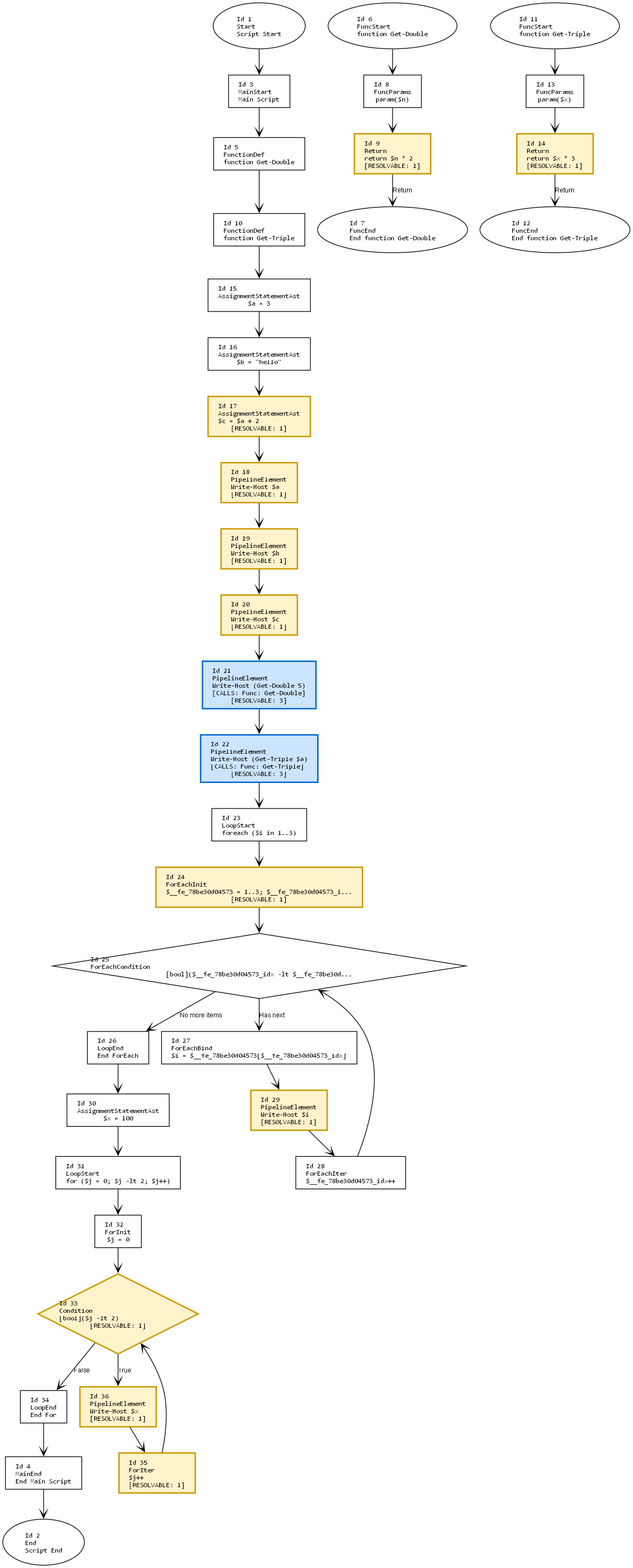
Above: in/in.png in mine41/deob (Graphviz), before the change. Its source is kept beside it as in/in.dot.
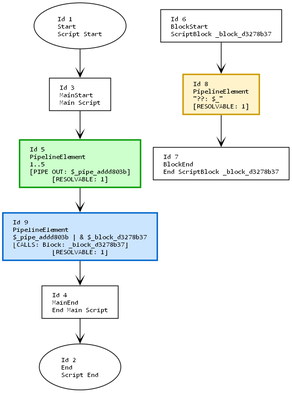
After the commit.

What changed in the source:
```diff
@@ -14,72 +14,17 @@
     2 [label="Id 2\lEnd\lScript End", shape=oval];
     3 [label="Id 3\lMainStart\lMain Script", shape=box];
     4 [label="Id 4\lMainEnd\lEnd Main Script", shape=box];
-    5 [label="Id 5\lFunctionDef\lfunction Get-Double", shape=box];
-    6 [label="Id 6\lFuncStart\lfunction Get-Double", shape=oval];
-    7 [label="Id 7\lFuncEnd\lEnd function Get-Double", shape=oval];
-    8 [label="Id 8\lFuncParams\lparam($n)", shape=box];
-    9 [label="Id 9\lReturn\lreturn $n * 2\l[RESOLVABLE: 1]", shape=box, style=filled, fillcolor="#fff3cc", color="#cc9900", penwidth=2];
-    10 [label="Id 10\lFunctionDef\lfunction Get-Triple", shape=box];
-    11 [label="Id 11\lFuncStart\lfunction Get-Triple", shape=oval];
-    12 [label="Id 12\lFuncEnd\lEnd function Get-Triple", shape=oval];
-    13 [label="Id 13\lFuncParams\lparam($x)", shape=box];
-    14 [label="Id 14\lReturn\lreturn $x * 3\l[RESOLVABLE: 1]", shape=box, style=filled, fillcolor="#fff3cc", color="#cc9900", penwidth=2];
-    15 [label="Id 15\lAssignmentStatementAst\l$a = 3", shape=box];
-    16 [label="Id 16\lAssignmentStatementAst\l$b = \"hello\"", shape=box];
-    17 [label="Id 17\lAssignmentStatementAst\l$c = $a + 2\l[RESOLVABLE: 1]", shape=box, style=filled, fillcolor="#fff3cc", color="#cc9900", penwidth=2];
-    18 [label="Id 18\lPipelineElement\lWrite-Host $a\l[RESOLVABLE: 1]", shape=box, style=filled, fillcolor="#fff3cc", color="#cc9900", penwidth=2];
-    19 [label="Id 19\lPipelineElement\lWrite-Host $b\l[RESOLVABLE: 1]", shape=box, style=filled, fillcolor="#fff3cc", color="#cc9900", penwidth=2];
-    20 [label="Id 20\lPipelineElement\lWrite-Host $c\l[RESOLVABLE: 1]", shape=box, style=filled, fillcolor="#fff3cc", color="#cc9900", penwidth=2];
-    21 [label="Id 21\lPipelineElement\lWrite-Host (Get-Double 5)\l[CALLS: Func: Get-Double]\l[RESOLVABLE: 3]", shape=box, style=filled, fillcolor="#cce5ff", color="#0066cc", penwidth=2];
-    22 [label="Id 22\lPipelineElement\lWrite-Host (Get-Triple $a)\l[CALLS: Func: Get-Triple]\l[RESOLVABLE: 3]", shape=box, style=filled, fillcolor="#cce5ff", color="#0066cc", penwidth=2];
-    23 [label="Id 23\lLoopStart\lforeach ($i in 1..3)", shape=box];
-    24 [label="Id 24\lForEachInit\l$__fe_78be30d04573 = 1..3; $__fe_78be30d04573_i...\l[RESOLVABLE: 1]", shape=box, style=filled, fillcolor="#fff3cc", color="#cc9900", penwidth=2];
-    25 [label="Id 25\lForEachCondition\l[bool]($__fe_78be30d04573_idx -lt $__fe_78be30d...", shape=diamond];
-    26 [label="Id 26\lLoopEnd\lEnd ForEach", shape=box];
-    27 [label="Id 27\lForEachBind\l$i = $__fe_78be30d04573[$__fe_78be30d04573_idx]", shape=box];
-    28 [label="Id 28\lForEachIter\l$__fe_78be30d04573_idx++", shape=box];
-    29 [label="Id 29\lPipelineElement\lWrite-Host $i\l[RESOLVABLE: 1]", shape=box, style=filled, fillcolor="#fff3cc", color="#cc9900", penwidth=2];
-    30 [label="Id 30\lAssignmentStatementAst\l$x = 100", shape=box];
-    31 [label="Id 31\lLoopStart\lfor ($j = 0; $j -lt 2; $j++)", shape=box];
-    32 [label="Id 32\lForInit\l$j = 0", shape=box];
-    33 [label="Id 33\lCondition\l[bool]($j -lt 2)\l[RESOLVABLE: 1]", shape=diamond, style=filled, fillcolor="#fff3cc", color="#cc9900", penwidth=2];
-    34 [label="Id 34\lLoopEnd\lEnd For", shape=box];
-    35 [label="Id 35\lForIter\l$j++\l[RESOLVABLE: 1]", shape=box, style=filled, fillcolor="#fff3cc", color="#cc9900", penwidth=2];
-    36 [label="Id 36\lPipelineElement\lWrite-Host $x\l[RESOLVABLE: 1]", shape=box, style=filled, fillcolor="#fff3cc", color="#cc9900", penwidth=2];
+    5 [label="Id 5\lPipelineElement\l1..5\l[PIPE OUT: $_pipe_addd803b]\l[RESOLVABLE: 1]", shape=box, style=filled, fillcolor="#ccffcc", color="#009900", penwidth=2];
+    6 [label="Id 6\lBlockStart\lScriptBlock _block_d3278b37", shape=box];
+    7 [label="Id 7\lBlockEnd\lEnd ScriptBlock _block_d3278b37", shape=box];
+    8 [label="Id 8\lPipelineElement\l\"??: $_\"\l[RESOLVABLE: 1]", shape=box, style=filled, fillcolor="#fff3cc", color="#cc9900", penwidth=2];
+    9 [label="Id 9\lPipelineElement\l$_pipe_addd803b | & $_block_d3278b37\l[CALLS: Block: _block_d3278b37]\l[RESOLVABLE: 1]", shape=box, style=filled, fillcolor="#cce5ff", color="#0066cc", penwidth=2];
 
     1 -> 3;
     3 -> 5;
     6 -> 8;
-    8 -> 9;
-    9 -> 7 [label="Return"];
-    5 -> 10;
-    11 -> 13;
-    13 -> 14;
-    14 -> 12 [label="Return"];
-    10 -> 15;
-    15 -> 16;
-    16 -> 17;
-    17 -> 18;
-    18 -> 19;
-    19 -> 20;
-    20 -> 21;
-    21 -> 22;
-    22 -> 23;
-    23 -> 24;
-    24 -> 25;
-    25 -> 26 [label="No more items"];
-    25 -> 27 [label="Has next"];
-    28 -> 25;
-    27 -> 29;
-    29 -> 28;
-    26 -> 30;
-    30 -> 31;
-    31 -> 32;
-    32 -> 33;
-    33 -> 36 [label="True"];
-    36 -> 35;
-    35 -> 33;
-    33 -> 34 [label="False"];
-    34 -> 4;
+    8 -> 7;
+    5 -> 9;
+    9 -> 4;
     4 -> 2;
 }
```
